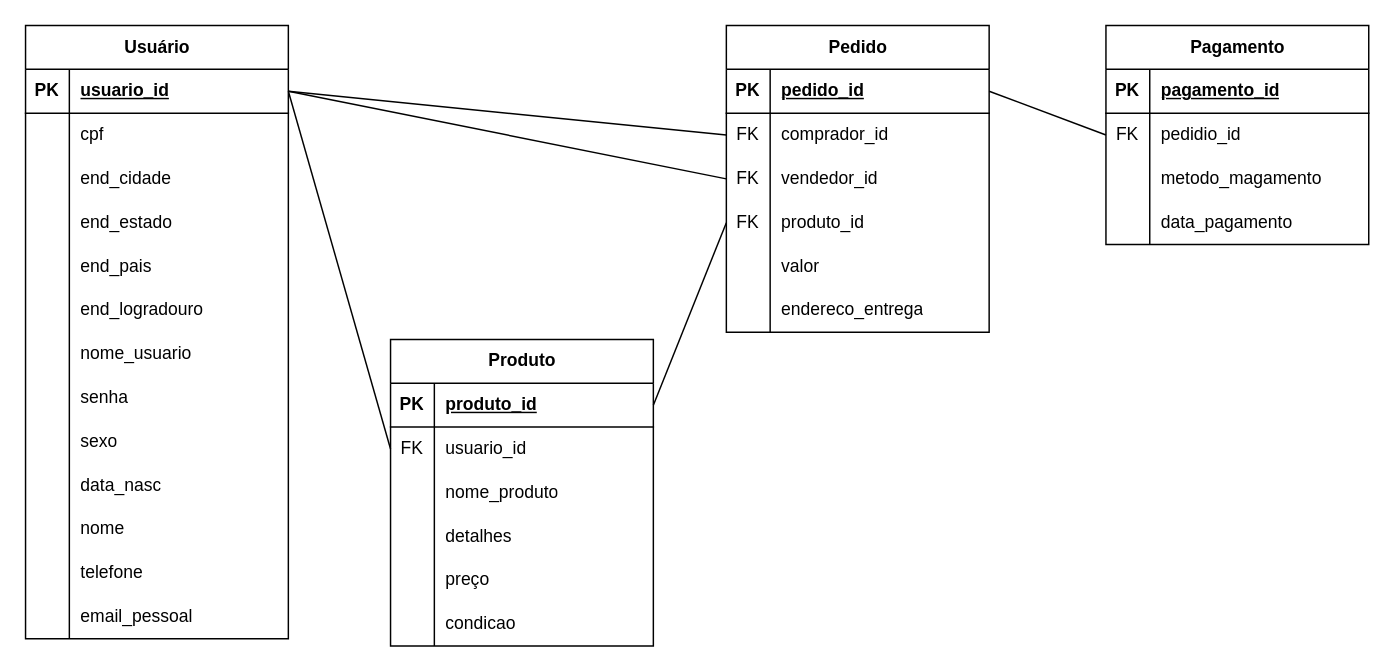
The draw.io diagram documentacao/Modelo logico.drawio in Arthur-MARKOWICZ/O.M.C.E, before the edit. Source tidied: cells renumbered, new cells numbered last; positions are measured from the earlier drawing's top-left corner, leaving out a move shared by most shapes. Both pictures are drawn from the tidied source at 146%, with x=0, y=0 at pixel (25, 25).
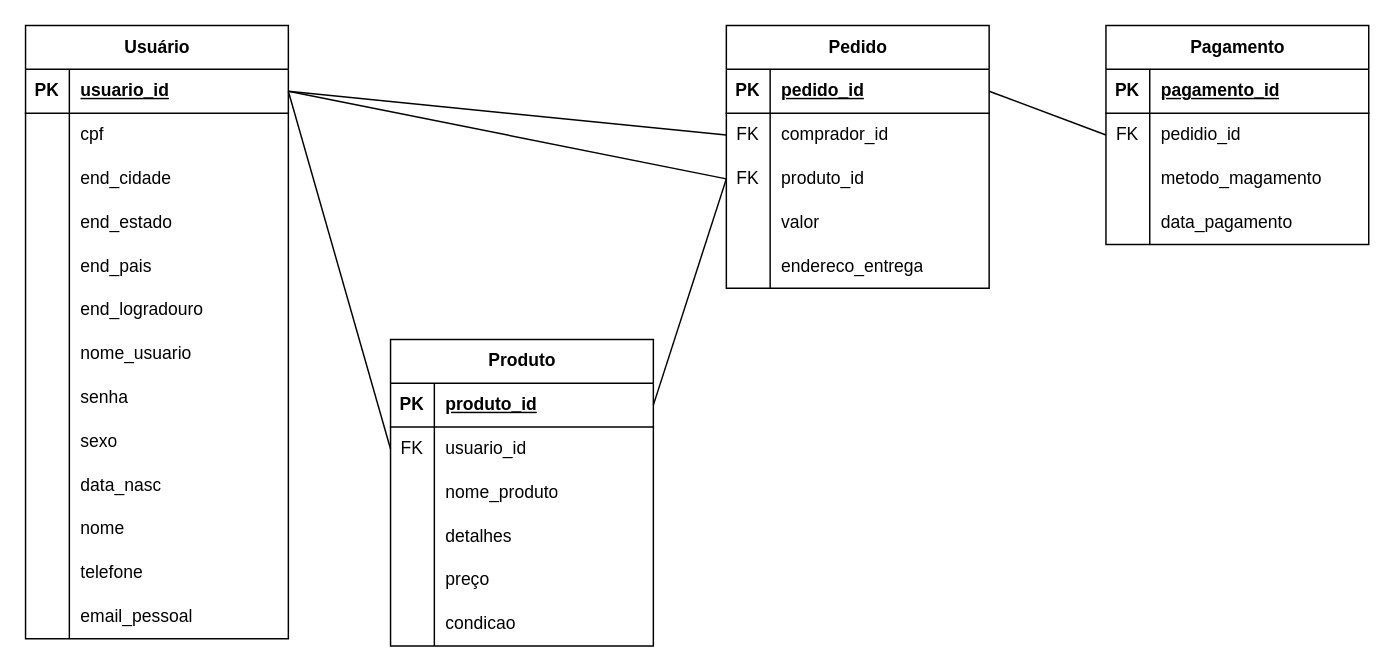
Above is the later version.

Commit message:
corregindo erro no modelo logico

Unchanged cells that the change refers to:
```xml
<mxCell id="55" style="shape=tableRow;horizontal=0;startSize=0;swimlaneHead=0;swimlaneBody=0;fillColor=none;points=[[0,0.5],[1,0.5]];portConstraint=eastwest;top=0;left=0;right=0;bottom=1;" parent="54" vertex="1">
  <mxGeometry y="30" width="180" height="30" as="geometry" />
</mxCell>
```

Diff of the diagram source:
```diff
@@
     <mxCell id="15" value="Pedido" style="shape=table;startSize=30;childLayout=tableLayout;rowLines=0;fontStyle=1;align=center;html=1;" parent="1" vertex="1">
-      <mxGeometry x="480" width="180" height="210" as="geometry" />
+      <mxGeometry x="480" width="180" height="180" as="geometry" />
     </mxCell>
@@
-    <mxCell id="22" style="shape=tableRow;horizontal=0;startSize=0;swimlaneHead=0;swimlaneBody=0;fillColor=none;points=[[0,0.5],[1,0.5]];portConstraint=eastwest;top=0;left=0;right=0;bottom=0;" parent="15" vertex="1">
-      <mxGeometry y="90" width="180" height="30" as="geometry" />
-    </mxCell>
-    <mxCell id="23" value="FK" style="shape=partialRectangle;fillColor=none;top=0;left=0;bottom=0;right=0;overflow=hidden;whiteSpace=wrap;html=1;" parent="22" vertex="1">
-      <mxGeometry width="30" height="30" as="geometry" />
-    </mxCell>
-    <mxCell id="24" value="vendedor_id" style="shape=partialRectangle;fillColor=none;top=0;left=0;bottom=0;right=0;align=left;spacingLeft=6;overflow=hidden;whiteSpace=wrap;html=1;" parent="22" vertex="1">
-      <mxGeometry x="30" width="150" height="30" as="geometry" />
-    </mxCell>
     <mxCell id="25" style="shape=tableRow;horizontal=0;startSize=0;swimlaneHead=0;swimlaneBody=0;fillColor=none;points=[[0,0.5],[1,0.5]];portConstraint=eastwest;top=0;left=0;right=0;bottom=0;" parent="15" vertex="1">
-      <mxGeometry y="120" width="180" height="30" as="geometry" />
+      <mxGeometry y="90" width="180" height="30" as="geometry" />
     </mxCell>
@@
     <mxCell id="28" style="shape=tableRow;horizontal=0;startSize=0;swimlaneHead=0;swimlaneBody=0;fillColor=none;top=0;left=0;right=0;bottom=0;" parent="15" vertex="1">
-      <mxGeometry y="150" width="180" height="30" as="geometry" />
+      <mxGeometry y="120" width="180" height="30" as="geometry" />
     </mxCell>
@@
     <mxCell id="31" style="shape=tableRow;horizontal=0;startSize=0;swimlaneHead=0;swimlaneBody=0;fillColor=none;top=0;left=0;right=0;bottom=0;" parent="15" vertex="1">
-      <mxGeometry y="180" width="180" height="30" as="geometry" />
+      <mxGeometry y="150" width="180" height="30" as="geometry" />
     </mxCell>
@@
-    <mxCell id="96" style="endArrow=none;html=1;rounded=0;exitX=1;exitY=0.5;exitDx=0;exitDy=0;entryX=0;entryY=0.5;entryDx=0;entryDy=0;" parent="1" edge="1" source="55" target="22">
-      <mxGeometry relative="1" as="geometry" />
+    <mxCell id="96" style="endArrow=none;html=1;rounded=0;exitX=1;exitY=0.5;exitDx=0;exitDy=0;entryX=0;entryY=0.5;entryDx=0;entryDy=0;" parent="1" edge="1" source="55">
+      <mxGeometry relative="1" as="geometry">
+        <mxPoint x="480" y="105" as="targetPoint" />
+      </mxGeometry>
     </mxCell>
```
